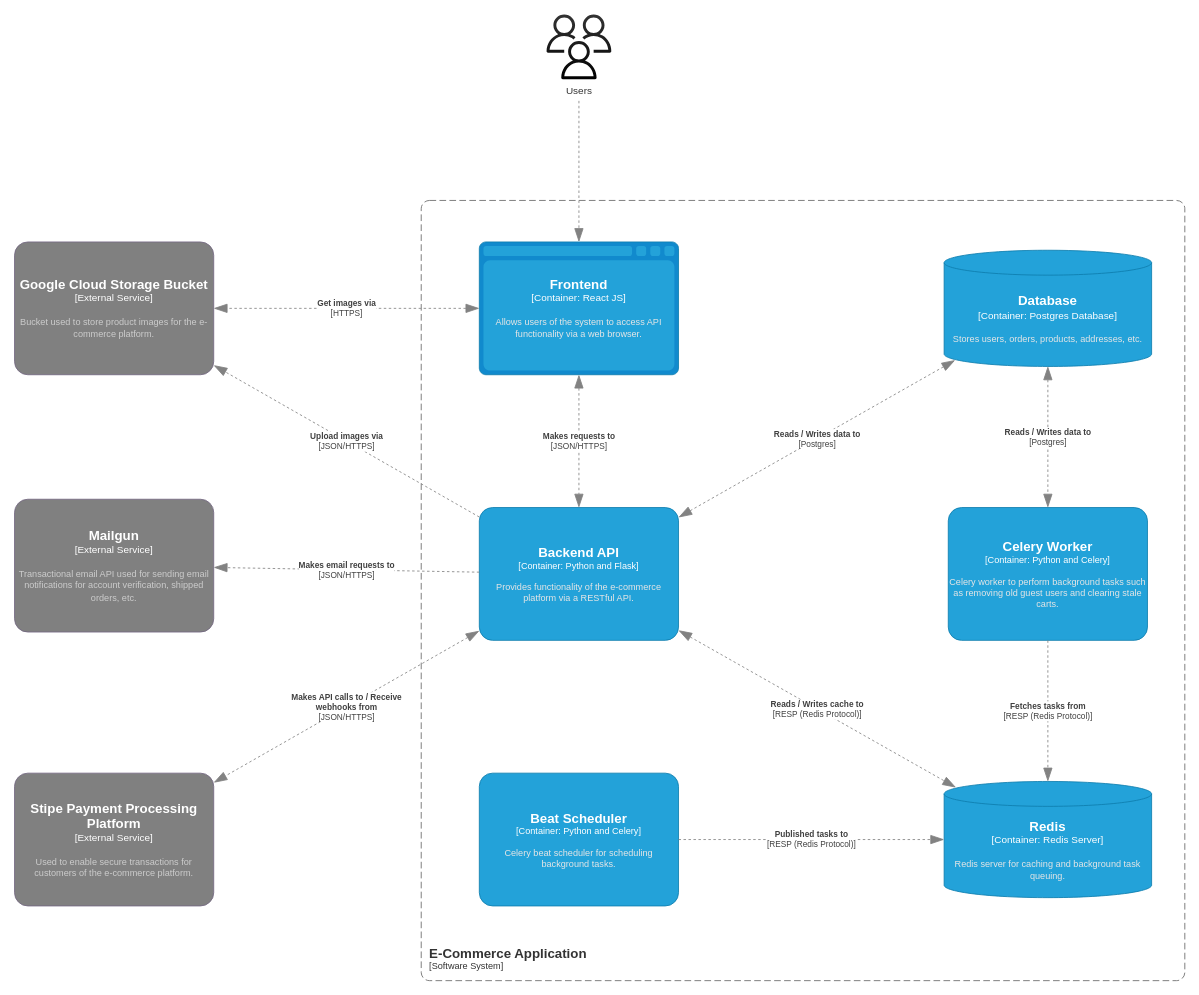
Above: docs/diagrams/system_architecture_diagram.drawio in joehall02/ECommerceWebAPI (draw.io), before the change. Source tidied: cells renumbered, new cells numbered last; positions are measured from the earlier drawing's top-left corner, leaving out a move shared by most shapes. Both pictures are drawn from the tidied source at 83%, with x=0, y=0 at pixel (14, 14).
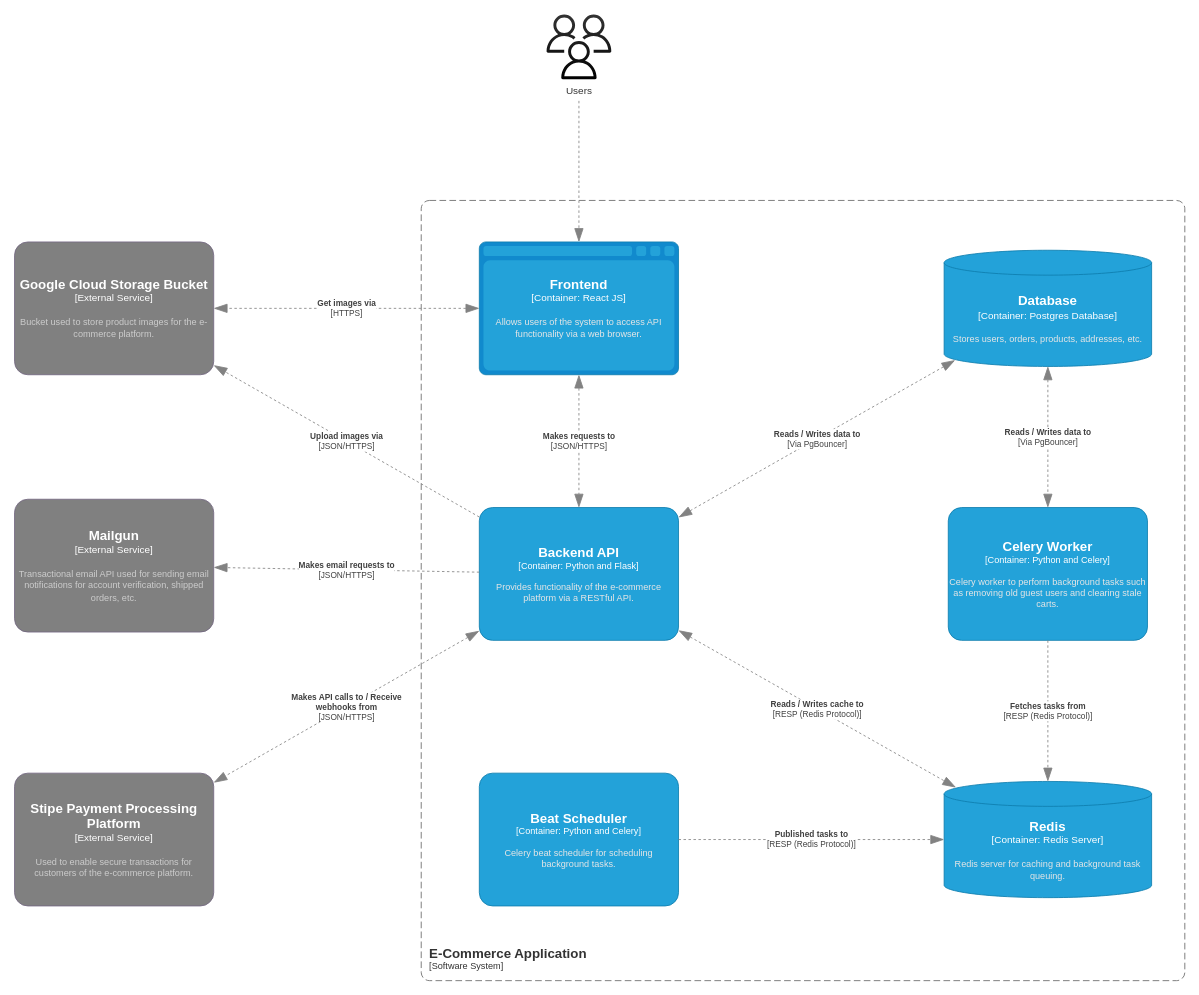
The same page after the edit.

Commit message (it also covers changes not shown here):
Updated system architecture diagram

The change refers to these unchanged cells:
```xml
<object id="4" label="&lt;font style=&quot;font-size: 16px&quot;&gt;&lt;b&gt;%c4Type%&lt;/b&gt;&lt;/font&gt;&lt;div&gt;[%c4Container%:&amp;nbsp;%c4Technology%]&lt;/div&gt;&lt;br&gt;&lt;div&gt;&lt;font style=&quot;font-size: 11px&quot;&gt;&lt;font color=&quot;#E6E6E6&quot;&gt;%c4Description%&lt;/font&gt;&lt;/div&gt;" c4Container="Container" c4Description="Stores users, orders, products, addresses, etc." c4Technology="Postgres Database" c4Type="Database" placeholders="1">
  <mxCell style="shape=cylinder3;size=15;whiteSpace=wrap;html=1;boundedLbl=1;rounded=0;labelBackgroundColor=none;fillColor=#23A2D9;fontSize=12;fontColor=#ffffff;align=center;strokeColor=#0E7DAD;points=[[0.5,0,0],[1,0.25,0],[1,0.5,0],[1,0.75,0],[0.5,1,0],[0,0.75,0],[0,0.5,0],[0,0.25,0]];" parent="1" vertex="1">
    <mxGeometry x="1120" y="284" width="250" height="140" as="geometry" />
  </mxCell>
</object>
<object id="6" label="&lt;font style=&quot;font-size: 16px&quot;&gt;&lt;b&gt;%c4Name%&lt;/b&gt;&lt;/font&gt;&lt;div&gt;[%c4Type%: %c4Technology%]&lt;/div&gt;&lt;br&gt;&lt;div&gt;&lt;font style=&quot;font-size: 11px&quot;&gt;&lt;font color=&quot;#E6E6E6&quot;&gt;%c4Description%&lt;/font&gt;&lt;/div&gt;" c4Description="Provides functionality of the e-commerce platform via a RESTful API." c4Name="Backend API" c4Technology="Python and Flask" c4Type="Container" placeholders="1">
  <mxCell style="rounded=1;whiteSpace=wrap;html=1;fontSize=11;labelBackgroundColor=none;fillColor=#23A2D9;fontColor=#ffffff;align=center;arcSize=10;strokeColor=#0E7DAD;points=[[0.25,0,0],[0.5,0,0],[0.75,0,0],[1,0.25,0],[1,0.5,0],[1,0.75,0],[0.75,1,0],[0.5,1,0],[0.25,1,0],[0,0.75,0],[0,0.5,0],[0,0.25,0]];" parent="1" vertex="1">
    <mxGeometry x="560" y="594" width="240" height="160" as="geometry" />
  </mxCell>
</object>
<object id="13" label="&lt;font style=&quot;font-size: 16px&quot;&gt;&lt;b&gt;%c4Name%&lt;/b&gt;&lt;/font&gt;&lt;div&gt;[%c4Type%: %c4Technology%]&lt;/div&gt;&lt;br&gt;&lt;div&gt;&lt;font style=&quot;font-size: 11px&quot;&gt;&lt;font color=&quot;#E6E6E6&quot;&gt;%c4Description%&lt;/font&gt;&lt;/div&gt;" c4Description="Celery worker to perform background tasks such as removing old guest users and clearing stale carts." c4Name="Celery Worker" c4Technology="Python and Celery" c4Type="Container" placeholders="1">
  <mxCell style="rounded=1;whiteSpace=wrap;html=1;fontSize=11;labelBackgroundColor=none;fillColor=#23A2D9;fontColor=#ffffff;align=center;arcSize=10;strokeColor=#0E7DAD;points=[[0.25,0,0],[0.5,0,0],[0.75,0,0],[1,0.25,0],[1,0.5,0],[1,0.75,0],[0.75,1,0],[0.5,1,0],[0.25,1,0],[0,0.75,0],[0,0.5,0],[0,0.25,0]];" parent="1" vertex="1">
    <mxGeometry x="1125" y="594" width="240" height="160" as="geometry" />
  </mxCell>
</object>
```

The edit, as a diff of the source:
```diff
@@
-    <object id="8" label="&lt;div style=&quot;text-align: left&quot;&gt;&lt;div style=&quot;text-align: center&quot;&gt;&lt;b&gt;%c4Description%&lt;/b&gt;&lt;/div&gt;&lt;div style=&quot;text-align: center&quot;&gt;[%c4Technology%]&lt;/div&gt;&lt;/div&gt;" c4Description="Reads / Writes data to" c4Technology="Postgres" placeholders="1">
+    <object id="8" label="&lt;div style=&quot;text-align: left&quot;&gt;&lt;div style=&quot;text-align: center&quot;&gt;&lt;b&gt;%c4Description%&lt;/b&gt;&lt;/div&gt;&lt;div style=&quot;text-align: center&quot;&gt;[%c4Technology%]&lt;/div&gt;&lt;/div&gt;" c4Description="Reads / Writes data to" c4Technology="Via PgBouncer" placeholders="1">
       <mxCell style="endArrow=blockThin;html=1;fontSize=10;fontColor=#404040;strokeWidth=1;endFill=1;strokeColor=#828282;elbow=vertical;endSize=14;startSize=14;jumpStyle=arc;jumpSize=16;rounded=0;dashed=1;startArrow=blockThin;startFill=1;entryX=0.053;entryY=0.946;entryDx=0;entryDy=0;entryPerimeter=0;" parent="1" edge="1" source="6" target="4">
         <mxGeometry relative="1" as="geometry" />
       </mxCell>
     </object>
@@
-    <object id="17" label="&lt;div style=&quot;text-align: left&quot;&gt;&lt;div style=&quot;text-align: center&quot;&gt;&lt;b&gt;%c4Description%&lt;/b&gt;&lt;/div&gt;&lt;div style=&quot;text-align: center&quot;&gt;[%c4Technology%]&lt;/div&gt;&lt;/div&gt;" c4Description="Reads / Writes data to" c4Technology="Postgres" placeholders="1">
+    <object id="17" label="&lt;div style=&quot;text-align: left&quot;&gt;&lt;div style=&quot;text-align: center&quot;&gt;&lt;b&gt;%c4Description%&lt;/b&gt;&lt;/div&gt;&lt;div style=&quot;text-align: center&quot;&gt;[%c4Technology%]&lt;/div&gt;&lt;/div&gt;" c4Description="Reads / Writes data to" c4Technology="Via PgBouncer" placeholders="1">
       <mxCell style="endArrow=blockThin;html=1;fontSize=10;fontColor=#404040;strokeWidth=1;endFill=1;strokeColor=#828282;elbow=vertical;endSize=14;startSize=14;jumpStyle=arc;jumpSize=16;rounded=0;dashed=1;startArrow=blockThin;startFill=1;" parent="1" edge="1" source="4" target="13">
         <mxGeometry relative="1" as="geometry" />
       </mxCell>
     </object>
```
